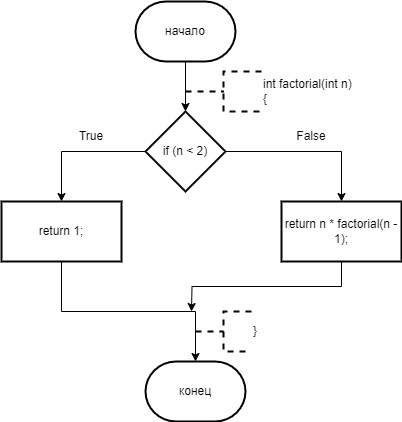
ksinph/PSTU_LABS_2023 keeps this draw.io diagram as Sem_2/Labs/recursion/LAB_rec_sum/lab_sum_factorial.drawio.png. Above is the earlier version. Source tidied: cells renumbered, new cells last; positions are measured from the earlier drawing's top-left corner, leaving out a move shared by most shapes. Source of this version:
```xml
<mxGraphModel>
  <root>
    <mxCell id="0" />
    <mxCell id="1" parent="0" />
    <mxCell id="2" style="edgeStyle=orthogonalEdgeStyle;rounded=0;jettySize=auto;html=1;" parent="1" edge="1" source="3" target="6">
      <mxGeometry relative="1" as="geometry" />
    </mxCell>
    <mxCell id="3" value="начало" style="strokeWidth=2;html=1;shape=mxgraph.flowchart.terminator;whiteSpace=wrap;" parent="1" vertex="1">
      <mxGeometry x="134" width="100" height="60" as="geometry" />
    </mxCell>
    <mxCell id="4" style="edgeStyle=orthogonalEdgeStyle;rounded=0;jettySize=auto;html=1;" parent="1" edge="1" source="6" target="8">
      <mxGeometry relative="1" as="geometry" />
    </mxCell>
    <mxCell id="5" style="edgeStyle=orthogonalEdgeStyle;rounded=0;jettySize=auto;html=1;" parent="1" edge="1" source="6" target="10">
      <mxGeometry relative="1" as="geometry" />
    </mxCell>
    <mxCell id="6" value="if (n &amp;lt; 2)" style="rhombus;whiteSpace=wrap;html=1;strokeWidth=2;" parent="1" vertex="1">
      <mxGeometry x="144" y="110" width="80" height="80" as="geometry" />
    </mxCell>
    <mxCell id="7" style="edgeStyle=orthogonalEdgeStyle;rounded=0;jettySize=auto;html=1;exitX=0.5;exitY=1;exitDx=0;exitDy=0;" parent="1" edge="1" source="8" target="14">
      <mxGeometry relative="1" as="geometry" />
    </mxCell>
    <mxCell id="8" value="return 1;" style="whiteSpace=wrap;html=1;strokeWidth=2;" parent="1" vertex="1">
      <mxGeometry y="200" width="120" height="60" as="geometry" />
    </mxCell>
    <mxCell id="9" style="edgeStyle=orthogonalEdgeStyle;rounded=0;jettySize=auto;html=1;exitX=0.5;exitY=1;exitDx=0;exitDy=0;" parent="1" edge="1" source="10">
      <mxGeometry relative="1" as="geometry">
        <mxPoint x="190" y="310" as="targetPoint" />
      </mxGeometry>
    </mxCell>
    <mxCell id="10" value="return n * factorial(n - 1);" style="whiteSpace=wrap;html=1;strokeWidth=2;" parent="1" vertex="1">
      <mxGeometry x="280" y="200" width="120" height="60" as="geometry" />
    </mxCell>
    <mxCell id="11" value="&lt;div&gt;int factorial(int n)&lt;/div&gt;&lt;div&gt;{&lt;/div&gt;" style="strokeWidth=2;html=1;shape=mxgraph.flowchart.annotation_2;align=left;labelPosition=right;dashed=1;" parent="1" vertex="1">
      <mxGeometry x="184" y="70" width="76" height="40" as="geometry" />
    </mxCell>
    <mxCell id="12" value="True" style="text;html=1;align=center;verticalAlign=middle;whiteSpace=wrap;rounded=0;" parent="1" vertex="1">
      <mxGeometry x="60" y="120" width="60" height="30" as="geometry" />
    </mxCell>
    <mxCell id="13" value="False" style="text;html=1;align=center;verticalAlign=middle;whiteSpace=wrap;rounded=0;" parent="1" vertex="1">
      <mxGeometry x="280" y="120" width="60" height="30" as="geometry" />
    </mxCell>
    <mxCell id="14" value="конец" style="strokeWidth=2;html=1;shape=mxgraph.flowchart.terminator;whiteSpace=wrap;" parent="1" vertex="1">
      <mxGeometry x="144" y="360" width="100" height="60" as="geometry" />
    </mxCell>
    <mxCell id="15" value="&lt;div&gt;}&lt;/div&gt;" style="strokeWidth=2;html=1;shape=mxgraph.flowchart.annotation_2;align=left;labelPosition=right;dashed=1;" parent="1" vertex="1">
      <mxGeometry x="194" y="310" width="56" height="40" as="geometry" />
    </mxCell>
  </root>
</mxGraphModel>
```
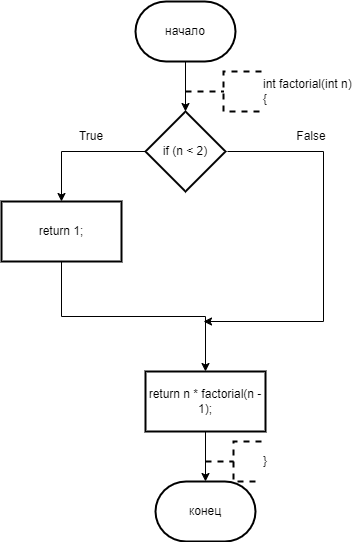
After the change.

What changed in the source:
```diff
@@ -11,26 +11,25 @@
     <mxCell id="4" style="edgeStyle=orthogonalEdgeStyle;rounded=0;jettySize=auto;html=1;" parent="1" edge="1" source="6" target="8">
       <mxGeometry relative="1" as="geometry" />
     </mxCell>
-    <mxCell id="5" style="edgeStyle=orthogonalEdgeStyle;rounded=0;jettySize=auto;html=1;" parent="1" edge="1" source="6" target="10">
-      <mxGeometry relative="1" as="geometry" />
-    </mxCell>
+    <mxCell id="16" style="edgeStyle=orthogonalEdgeStyle;rounded=0;orthogonalLoop=1;jettySize=auto;html=1;exitX=1;exitY=0.5;exitDx=0;exitDy=0;" parent="1" edge="1">
+      <mxGeometry relative="1" as="geometry">
+        <mxPoint x="226" y="150" as="sourcePoint" />
+        <mxPoint x="202" y="320" as="targetPoint" />
+        <Array as="points">
+          <mxPoint x="322" y="150" />
+          <mxPoint x="322" y="320" />
+        </Array>
+      </mxGeometry>
+    </mxCell>
     <mxCell id="6" value="if (n &amp;lt; 2)" style="rhombus;whiteSpace=wrap;html=1;strokeWidth=2;" parent="1" vertex="1">
       <mxGeometry x="144" y="110" width="80" height="80" as="geometry" />
     </mxCell>
-    <mxCell id="7" style="edgeStyle=orthogonalEdgeStyle;rounded=0;jettySize=auto;html=1;exitX=0.5;exitY=1;exitDx=0;exitDy=0;" parent="1" edge="1" source="8" target="14">
+    <mxCell id="7" style="edgeStyle=orthogonalEdgeStyle;rounded=0;jettySize=auto;html=1;exitX=0.5;exitY=1;exitDx=0;exitDy=0;" parent="1" edge="1" source="10" target="14">
       <mxGeometry relative="1" as="geometry" />
     </mxCell>
     <mxCell id="8" value="return 1;" style="whiteSpace=wrap;html=1;strokeWidth=2;" parent="1" vertex="1">
       <mxGeometry y="200" width="120" height="60" as="geometry" />
     </mxCell>
-    <mxCell id="9" style="edgeStyle=orthogonalEdgeStyle;rounded=0;jettySize=auto;html=1;exitX=0.5;exitY=1;exitDx=0;exitDy=0;" parent="1" edge="1" source="10">
-      <mxGeometry relative="1" as="geometry">
-        <mxPoint x="190" y="310" as="targetPoint" />
-      </mxGeometry>
-    </mxCell>
-    <mxCell id="10" value="return n * factorial(n - 1);" style="whiteSpace=wrap;html=1;strokeWidth=2;" parent="1" vertex="1">
-      <mxGeometry x="280" y="200" width="120" height="60" as="geometry" />
-    </mxCell>
     <mxCell id="11" value="&lt;div&gt;int factorial(int n)&lt;/div&gt;&lt;div&gt;{&lt;/div&gt;" style="strokeWidth=2;html=1;shape=mxgraph.flowchart.annotation_2;align=left;labelPosition=right;dashed=1;" parent="1" vertex="1">
       <mxGeometry x="184" y="70" width="76" height="40" as="geometry" />
     </mxCell>
@@ -41,10 +40,16 @@
       <mxGeometry x="280" y="120" width="60" height="30" as="geometry" />
     </mxCell>
     <mxCell id="14" value="конец" style="strokeWidth=2;html=1;shape=mxgraph.flowchart.terminator;whiteSpace=wrap;" parent="1" vertex="1">
-      <mxGeometry x="144" y="360" width="100" height="60" as="geometry" />
+      <mxGeometry x="154" y="480" width="100" height="60" as="geometry" />
     </mxCell>
     <mxCell id="15" value="&lt;div&gt;}&lt;/div&gt;" style="strokeWidth=2;html=1;shape=mxgraph.flowchart.annotation_2;align=left;labelPosition=right;dashed=1;" parent="1" vertex="1">
-      <mxGeometry x="194" y="310" width="56" height="40" as="geometry" />
+      <mxGeometry x="204" y="440" width="56" height="40" as="geometry" />
     </mxCell>
+    <mxCell id="17" style="edgeStyle=orthogonalEdgeStyle;rounded=0;jettySize=auto;html=1;exitX=0.5;exitY=1;exitDx=0;exitDy=0;" parent="1" edge="1" source="8" target="10">
+      <mxGeometry relative="1" as="geometry" />
+    </mxCell>
+    <mxCell id="10" value="return n * factorial(n - 1);" style="whiteSpace=wrap;html=1;strokeWidth=2;" parent="1" vertex="1">
+      <mxGeometry x="144" y="370" width="120" height="60" as="geometry" />
+    </mxCell>
   </root>
 </mxGraphModel>
```
